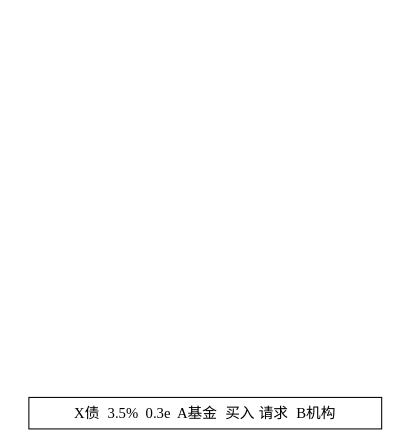
Earlier version of the draw.io diagram 一种句法依存的现券交易对手方识别装置.drawio (Zoisaang/test1). Source tidied: cells renumbered, new cells numbered last; positions are measured from the earlier drawing's top-left corner, leaving out a move shared by most shapes. Both pictures are drawn from the tidied source at 105%, with x=0, y=0 at pixel (28, 397).
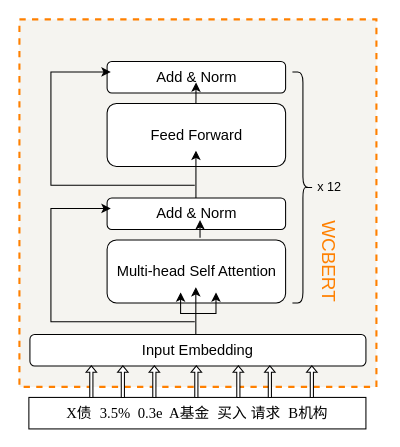
The same page after the edit.

Commit message (it also covers changes not shown here):
Update 一种句法依存的现券交易对手方识别装置.drawio

What changed in the source:
```diff
@@
+    <mxCell id="3" style="rounded=0;whiteSpace=wrap;html=1;sketch=0;fontSize=18;dashed=1;strokeWidth=2;fillColor=#F5F4F0;strokeColor=#FF8000;fontColor=#333333;" parent="1" vertex="1">
+      <mxGeometry x="-9" y="-360" width="340" height="350" as="geometry" />
+    </mxCell>
     <mxCell id="2" value="&lt;p style=&quot;margin-top: 0pt ; margin-bottom: 0pt ; margin-left: 0in ; text-align: left ; direction: ltr ; unicode-bidi: embed ; word-break: normal ; font-size: 14px&quot;&gt;&lt;span style=&quot;font-family: &amp;#34;times new roman&amp;#34;&quot;&gt;X&lt;/span&gt;&lt;span&gt;债&amp;nbsp; &lt;/span&gt;&lt;span style=&quot;font-family: &amp;#34;times new roman&amp;#34;&quot;&gt;3.5%&amp;nbsp; 0.3e&amp;nbsp; A&lt;/span&gt;&lt;span&gt;基金&amp;nbsp; 买入 请求&amp;nbsp; &lt;/span&gt;&lt;span style=&quot;font-family: &amp;#34;times new roman&amp;#34;&quot;&gt;B&lt;/span&gt;&lt;span&gt;机构&lt;/span&gt;&lt;/p&gt;" style="rounded=0;whiteSpace=wrap;html=1;" parent="1" vertex="1">
-      <mxGeometry width="336" height="30" as="geometry" />
+      <mxGeometry width="321" height="30" as="geometry" />
     </mxCell>
+    <mxCell id="4" value="Input Embedding" style="rounded=1;whiteSpace=wrap;html=1;fontSize=14;strokeWidth=1;" parent="1" vertex="1">
+      <mxGeometry x="1" y="-60" width="320" height="30" as="geometry" />
+    </mxCell>
+    <mxCell id="5" style="shape=singleArrow;direction=north;whiteSpace=wrap;html=1;fontSize=14;strokeWidth=1;" parent="1" vertex="1">
+      <mxGeometry x="54.5" y="-30" width="10" height="30" as="geometry" />
+    </mxCell>
+    <mxCell id="6" style="shape=singleArrow;direction=north;whiteSpace=wrap;html=1;fontSize=14;strokeWidth=1;" parent="1" vertex="1">
+      <mxGeometry x="84.5" y="-30" width="10" height="30" as="geometry" />
+    </mxCell>
+    <mxCell id="7" style="shape=singleArrow;direction=north;whiteSpace=wrap;html=1;fontSize=14;strokeWidth=1;" parent="1" vertex="1">
+      <mxGeometry x="114.5" y="-30" width="10" height="30" as="geometry" />
+    </mxCell>
+    <mxCell id="8" style="shape=singleArrow;direction=north;whiteSpace=wrap;html=1;fontSize=14;strokeWidth=1;" parent="1" vertex="1">
+      <mxGeometry x="154.5" y="-30" width="10" height="30" as="geometry" />
+    </mxCell>
+    <mxCell id="9" style="shape=singleArrow;direction=north;whiteSpace=wrap;html=1;fontSize=14;strokeWidth=1;" parent="1" vertex="1">
+      <mxGeometry x="194.5" y="-30" width="10" height="30" as="geometry" />
+    </mxCell>
+    <mxCell id="10" style="shape=singleArrow;direction=north;whiteSpace=wrap;html=1;fontSize=14;strokeWidth=1;" parent="1" vertex="1">
+      <mxGeometry x="224.5" y="-30" width="10" height="30" as="geometry" />
+    </mxCell>
+    <mxCell id="11" style="shape=singleArrow;direction=north;whiteSpace=wrap;html=1;fontSize=14;strokeWidth=1;" parent="1" vertex="1">
+      <mxGeometry x="264.5" y="-30" width="10" height="30" as="geometry" />
+    </mxCell>
+    <mxCell id="12" value="Multi-head Self Attention" style="rounded=1;whiteSpace=wrap;html=1;fontSize=14;strokeWidth=1;" parent="1" vertex="1">
+      <mxGeometry x="74.5" y="-150" width="170" height="60" as="geometry" />
+    </mxCell>
+    <mxCell id="13" style="edgeStyle=none;shape=flexArrow;rounded=0;orthogonalLoop=1;jettySize=auto;html=1;exitX=0.5;exitY=0;exitDx=0;exitDy=0;fontSize=14;" parent="1" edge="1" source="12" target="12">
+      <mxGeometry relative="1" as="geometry" />
+    </mxCell>
+    <mxCell id="14" value="Add &amp;amp; Norm" style="rounded=1;whiteSpace=wrap;html=1;fontSize=14;strokeWidth=1;" parent="1" vertex="1">
+      <mxGeometry x="74.5" y="-190" width="170" height="30" as="geometry" />
+    </mxCell>
+    <mxCell id="15" style="edgeStyle=elbowEdgeStyle;elbow=horizontal;endArrow=classic;html=1;rounded=0;fontSize=14;exitX=0;exitY=0;exitDx=12;exitDy=3.5;exitPerimeter=0;" parent="1" edge="1">
+      <mxGeometry relative="1" as="geometry">
+        <mxPoint x="158" y="-72" as="sourcePoint" />
+        <mxPoint x="78" y="-180" as="targetPoint" />
+        <Array as="points">
+          <mxPoint x="21" y="-160" />
+          <mxPoint x="51" y="-180" />
+          <mxPoint x="31" y="-160" />
+          <mxPoint x="51" y="-170" />
+          <mxPoint x="54.5" y="-150" />
+        </Array>
+      </mxGeometry>
+    </mxCell>
+    <mxCell id="16" style="endArrow=classic;html=1;rounded=0;fontSize=14;" parent="1" edge="1">
+      <mxGeometry relative="1" as="geometry">
+        <mxPoint x="159" y="-60" as="sourcePoint" />
+        <mxPoint x="159" y="-105" as="targetPoint" />
+      </mxGeometry>
+    </mxCell>
+    <mxCell id="17" style="edgeStyle=segmentEdgeStyle;endArrow=classic;html=1;rounded=0;fontSize=14;endSize=6;" parent="1" edge="1">
+      <mxGeometry relative="1" as="geometry">
+        <mxPoint x="157.8" y="-80" as="sourcePoint" />
+        <mxPoint x="178.2" y="-100" as="targetPoint" />
+      </mxGeometry>
+    </mxCell>
+    <mxCell id="18" style="edgeStyle=segmentEdgeStyle;endArrow=classic;html=1;rounded=0;fontSize=14;endSize=6;" parent="1" edge="1">
+      <mxGeometry relative="1" as="geometry">
+        <mxPoint x="164.5" y="-80" as="sourcePoint" />
+        <mxPoint x="144.5" y="-100" as="targetPoint" />
+      </mxGeometry>
+    </mxCell>
+    <mxCell id="19" style="endArrow=classic;html=1;rounded=0;fontSize=14;endSize=6;targetPerimeterSpacing=10;sourcePerimeterSpacing=10;jumpStyle=sharp;jumpSize=16;" parent="1" edge="1">
+      <mxGeometry relative="1" as="geometry">
+        <mxPoint x="163" y="-152" as="sourcePoint" />
+        <mxPoint x="163" y="-169" as="targetPoint" />
+      </mxGeometry>
+    </mxCell>
+    <mxCell id="20" value="Feed Forward" style="rounded=1;whiteSpace=wrap;html=1;fontSize=14;strokeWidth=1;" parent="1" vertex="1">
+      <mxGeometry x="74.5" y="-280" width="170" height="60" as="geometry" />
+    </mxCell>
+    <mxCell id="21" style="endArrow=classic;html=1;rounded=0;fontSize=14;" parent="1" edge="1">
+      <mxGeometry relative="1" as="geometry">
+        <mxPoint x="159.1" y="-190" as="sourcePoint" />
+        <mxPoint x="159.1" y="-235" as="targetPoint" />
+      </mxGeometry>
+    </mxCell>
+    <mxCell id="22" value="Add &amp;amp; Norm" style="rounded=1;whiteSpace=wrap;html=1;fontSize=14;strokeWidth=1;" parent="1" vertex="1">
+      <mxGeometry x="74.5" y="-320" width="170" height="30" as="geometry" />
+    </mxCell>
+    <mxCell id="23" style="endArrow=classic;html=1;rounded=0;fontSize=14;endSize=6;sourcePerimeterSpacing=10;targetPerimeterSpacing=10;elbow=vertical;jumpStyle=sharp;jumpSize=16;" parent="1" edge="1">
+      <mxGeometry relative="1" as="geometry">
+        <mxPoint x="159.1" y="-280" as="sourcePoint" />
+        <mxPoint x="159.2" y="-300" as="targetPoint" />
+      </mxGeometry>
+    </mxCell>
+    <mxCell id="24" style="edgeStyle=elbowEdgeStyle;elbow=horizontal;endArrow=classic;html=1;rounded=0;fontSize=14;exitX=0;exitY=0;exitDx=12;exitDy=3.5;exitPerimeter=0;" parent="1" edge="1">
+      <mxGeometry relative="1" as="geometry">
+        <mxPoint x="158" y="-202" as="sourcePoint" />
+        <mxPoint x="78" y="-310" as="targetPoint" />
+        <Array as="points">
+          <mxPoint x="21" y="-290" />
+          <mxPoint x="51" y="-310" />
+          <mxPoint x="31" y="-290" />
+          <mxPoint x="51" y="-300" />
+          <mxPoint x="54.5" y="-280" />
+        </Array>
+      </mxGeometry>
+    </mxCell>
+    <mxCell id="25" style="shape=curlyBracket;whiteSpace=wrap;html=1;rounded=1;flipH=1;fontSize=14;strokeWidth=1;" parent="1" vertex="1">
+      <mxGeometry x="251" y="-310" width="20" height="220" as="geometry" />
+    </mxCell>
+    <mxCell id="26" value="x 12" style="text;html=1;align=center;verticalAlign=middle;fillColor=none;strokeColor=none;rounded=0;sketch=0;" parent="1" vertex="1">
+      <mxGeometry x="266" y="-210" width="40" height="20" as="geometry" />
+    </mxCell>
+    <mxCell id="27" value="&lt;font style=&quot;font-size: 18px&quot; color=&quot;#ff8000&quot;&gt;WCBERT&lt;/font&gt;" style="text;html=1;align=center;verticalAlign=middle;fillColor=none;strokeColor=none;rounded=0;sketch=0;rotation=90;" parent="1" vertex="1">
+      <mxGeometry x="241" y="-140" width="90" height="20" as="geometry" />
+    </mxCell>
```
